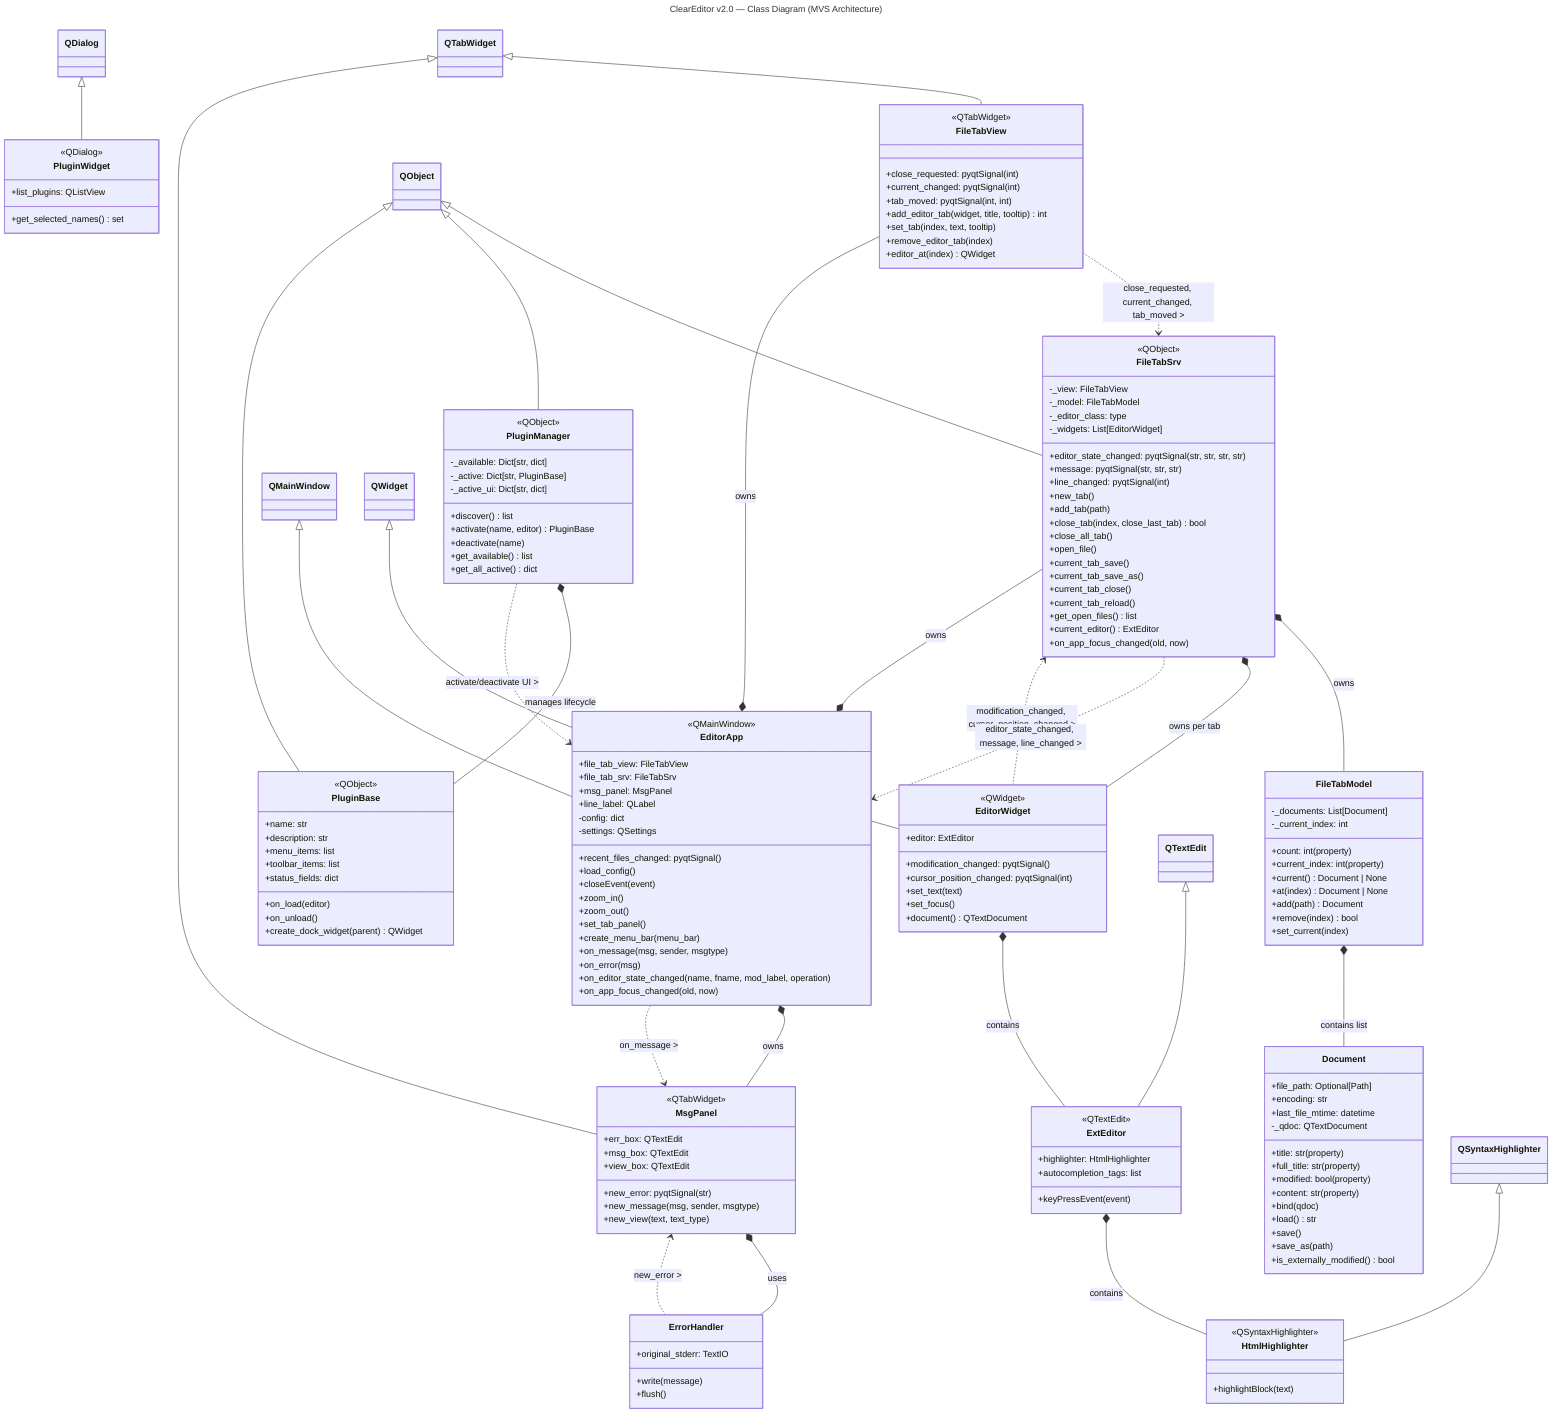
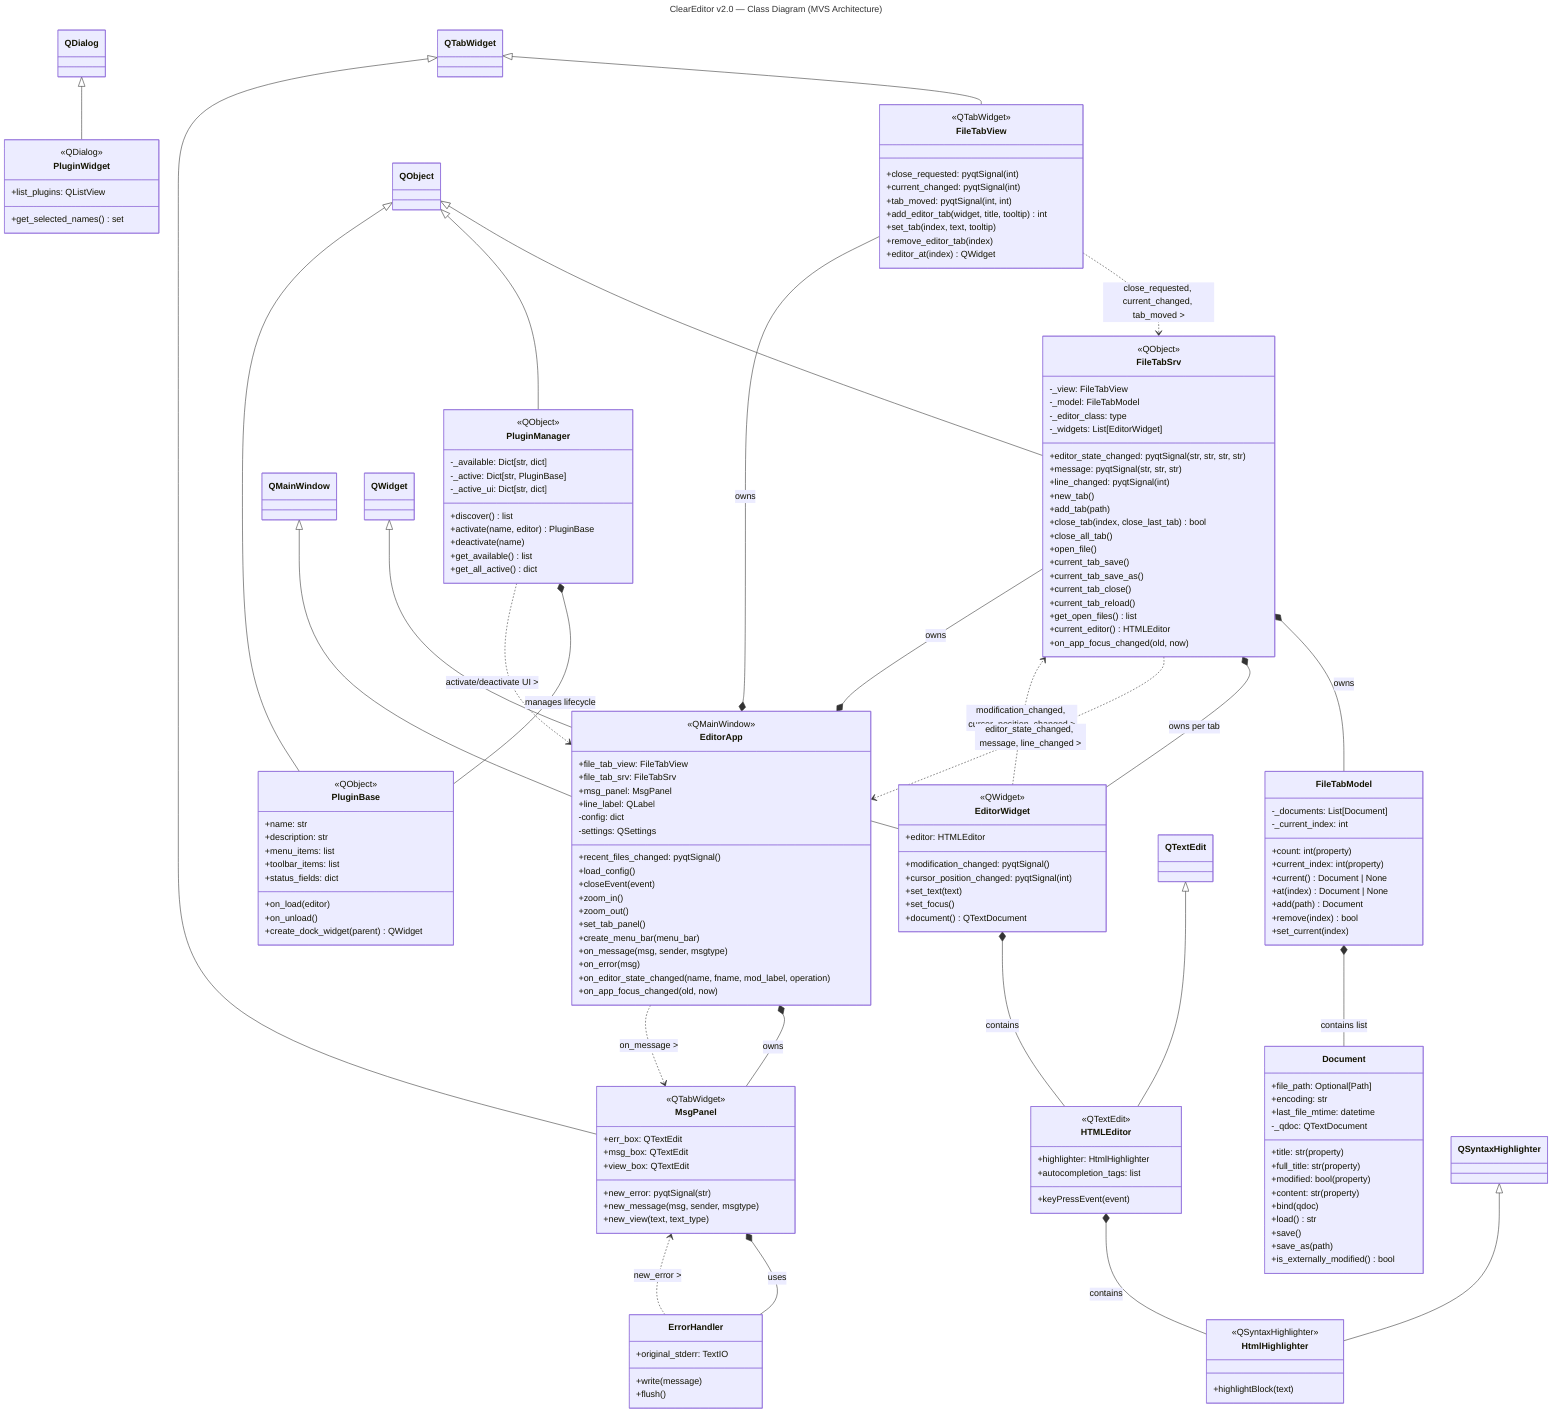
---
title: ClearEditor v2.0 — Class Diagram (MVS Architecture)
---

classDiagram
    direction TB

    %% ======================== MODELS (pure Python) ========================
    class Document {
        +file_path: Optional[Path]
        +encoding: str
        +last_file_mtime: datetime
        -_qdoc: QTextDocument
        +title: str (property)
        +full_title: str (property)
        +modified: bool (property)
        +content: str (property)
        +bind(qdoc)
        +load() str
        +save()
        +save_as(path)
        +is_externally_modified() bool
    }

    class FileTabModel {
        -_documents: List[Document]
        -_current_index: int
        +count: int (property)
        +current_index: int (property)
        +current() Document | None
        +at(index) Document | None
        +add(path) Document
        +remove(index) bool
        +set_current(index)
    }

    %% ======================== VIEWS (Qt widgets) ========================
    class FileTabView {
        <<QTabWidget>>
        +close_requested: pyqtSignal(int)
        +current_changed: pyqtSignal(int)
        +tab_moved: pyqtSignal(int, int)
        +add_editor_tab(widget, title, tooltip) int
        +set_tab(index, text, tooltip)
        +remove_editor_tab(index)
        +editor_at(index) QWidget
    }

    class EditorWidget {
        <<QWidget>>
        +modification_changed: pyqtSignal()
        +cursor_position_changed: pyqtSignal(int)
-         +editor: ExtEditor
+         +editor: HTMLEditor
        +set_text(text)
        +set_focus()
        +document() QTextDocument
    }

-     class ExtEditor {
+     class HTMLEditor {
        <<QTextEdit>>
        +highlighter: HtmlHighlighter
        +autocompletion_tags: list
        +keyPressEvent(event)
    }

    class HtmlHighlighter {
        <<QSyntaxHighlighter>>
        +highlightBlock(text)
    }

    %% ======================== SERVICE (business logic) ========================
    class FileTabSrv {
        <<QObject>>
        +editor_state_changed: pyqtSignal(str, str, str, str)
        +message: pyqtSignal(str, str, str)
        +line_changed: pyqtSignal(int)
        -_view: FileTabView
        -_model: FileTabModel
        -_editor_class: type
        -_widgets: List[EditorWidget]
        +new_tab()
        +add_tab(path)
        +close_tab(index, close_last_tab) bool
        +close_all_tab()
        +open_file()
        +current_tab_save()
        +current_tab_save_as()
        +current_tab_close()
        +current_tab_reload()
        +get_open_files() list
-         +current_editor() ExtEditor
+         +current_editor() HTMLEditor
        +on_app_focus_changed(old, now)
    }

    %% ======================== APPLICATION (orchestrator) ========================
    class EditorApp {
        <<QMainWindow>>
        +recent_files_changed: pyqtSignal()
        +file_tab_view: FileTabView
        +file_tab_srv: FileTabSrv
        +msg_panel: MsgPanel
        +line_label: QLabel
        -config: dict
        -settings: QSettings
        +load_config()
        +closeEvent(event)
        +zoom_in()
        +zoom_out()
        +set_tab_panel()
        +create_menu_bar(menu_bar)
        +on_message(msg, sender, msgtype)
        +on_error(msg)
        +on_editor_state_changed(name, fname, mod_label, operation)
        +on_app_focus_changed(old, now)
    }

    class MsgPanel {
        <<QTabWidget>>
        +new_error: pyqtSignal(str)
        +err_box: QTextEdit
        +msg_box: QTextEdit
        +view_box: QTextEdit
        +new_message(msg, sender, msgtype)
        +new_view(text, text_type)
    }

    class ErrorHandler {
        +original_stderr: TextIO
        +write(message)
        +flush()
    }

    %% ======================== PLUGINS ========================
    class PluginManager {
        <<QObject>>
        -_available: Dict[str, dict]
        -_active: Dict[str, PluginBase]
        -_active_ui: Dict[str, dict]
        +discover() list
        +activate(name, editor) PluginBase
        +deactivate(name)
        +get_available() list
        +get_all_active() dict
    }

    class PluginBase {
        <<QObject>>
        +name: str
        +description: str
        +menu_items: list
        +toolbar_items: list
        +status_fields: dict
        +on_load(editor)
        +on_unload()
        +create_dock_widget(parent) QWidget
    }

    class PluginWidget {
        <<QDialog>>
        +list_plugins: QListView
        +get_selected_names() set
    }

    %% ======================== INHERITANCE ========================
    QMainWindow <|-- EditorApp
    QTabWidget <|-- FileTabView
    QTabWidget <|-- MsgPanel
    QWidget <|-- EditorWidget
-     QTextEdit <|-- ExtEditor
+     QTextEdit <|-- HTMLEditor
    QSyntaxHighlighter <|-- HtmlHighlighter
    QObject <|-- FileTabSrv
    QObject <|-- PluginManager
    QObject <|-- PluginBase
    QDialog <|-- PluginWidget

    %% ======================== COMPOSITION ========================
    EditorApp *-- FileTabView : owns
    EditorApp *-- FileTabSrv : owns
    EditorApp *-- MsgPanel : owns
    FileTabSrv *-- FileTabModel : owns
    FileTabSrv *-- EditorWidget : owns per tab
    FileTabModel *-- Document : contains list
-     EditorWidget *-- ExtEditor : contains
-     ExtEditor *-- HtmlHighlighter : contains
+     EditorWidget *-- HTMLEditor : contains
+     HTMLEditor *-- HtmlHighlighter : contains
    MsgPanel *-- ErrorHandler : uses
    PluginManager *-- PluginBase : manages lifecycle

    %% ======================== SIGNAL CONNECTIONS ========================
    FileTabView ..> FileTabSrv : close_requested, current_changed, tab_moved >
    EditorWidget ..> FileTabSrv : modification_changed, cursor_position_changed >
    FileTabSrv ..> EditorApp : editor_state_changed, message, line_changed >
    EditorApp ..> MsgPanel : on_message >
    ErrorHandler ..> MsgPanel : new_error >
    PluginManager ..> EditorApp : activate/deactivate UI >
